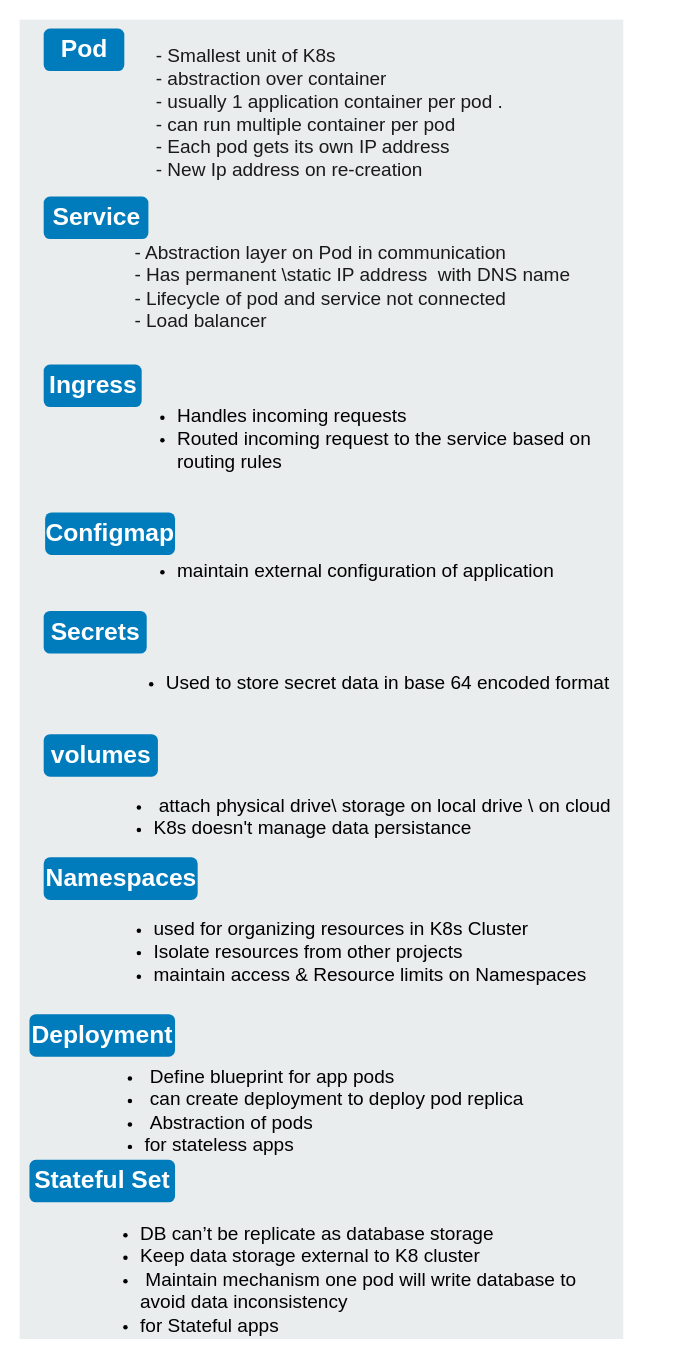
Earlier version of the draw.io diagram page "K8s Components" (3 of 7) of Untitled Diagram.drawio (KollaRajesh/AzureTechDayDemo-ContainerOrchestrators-K8s-AKS). Source tidied: cells renumbered, new cells numbered last; positions are measured from the earlier drawing's top-left corner, leaving out a move shared by most shapes. Both pictures are drawn from the tidied source at 112%, with x=0, y=0 at pixel (19, 19).
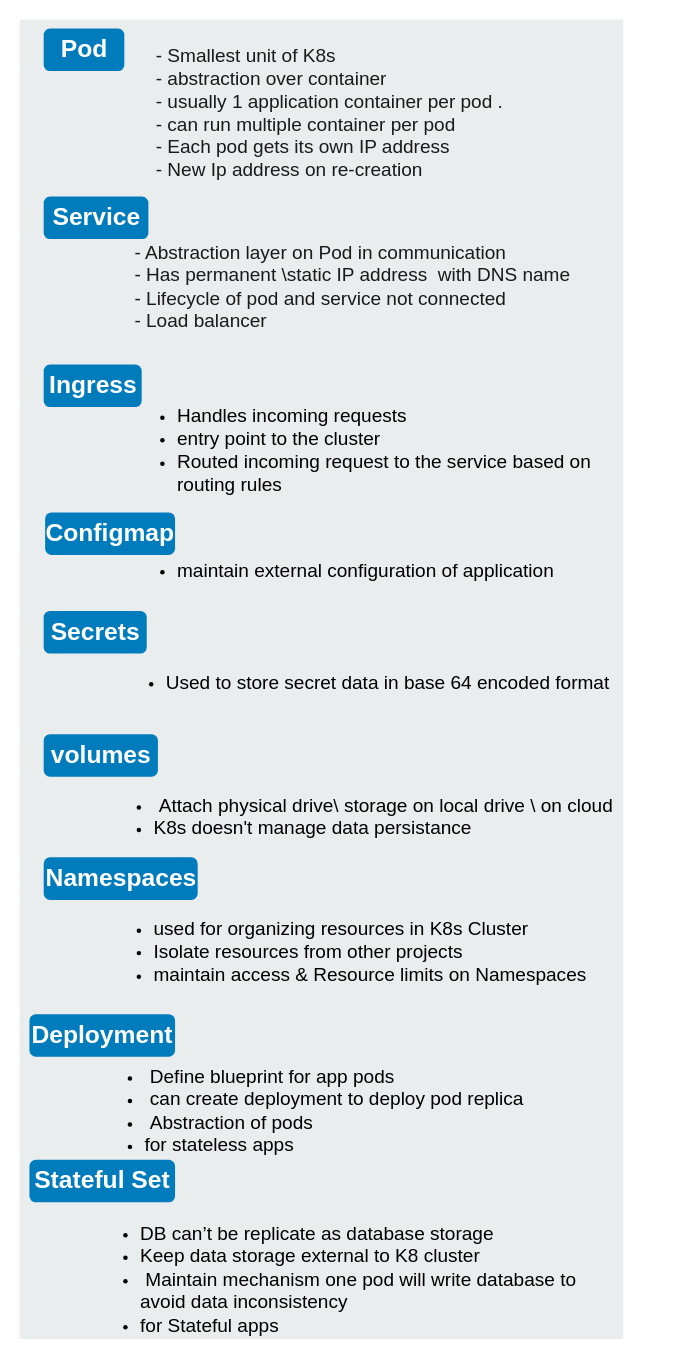
The same diagram, later.

The edit, as a diff of the source:
```diff
@@
-    <mxCell id="12" value="&lt;ul&gt;&lt;li&gt;&lt;span style=&quot;font-size: 17px&quot;&gt;Handles incoming requests&amp;nbsp;&lt;/span&gt;&lt;/li&gt;&lt;li&gt;&lt;span style=&quot;font-size: 17px&quot;&gt;Routed incoming request to the service based on routing rules&lt;/span&gt;&lt;/li&gt;&lt;/ul&gt;" style="text;html=1;align=left;verticalAlign=top;spacingTop=-4;fontSize=14;labelBackgroundColor=none;whiteSpace=wrap;" parent="1" vertex="1">
-      <mxGeometry x="99" y="328" width="450" height="90" as="geometry" />
+    <mxCell id="12" value="&lt;ul&gt;&lt;li&gt;&lt;span style=&quot;font-size: 17px&quot;&gt;Handles incoming requests&amp;nbsp;&lt;/span&gt;&lt;/li&gt;&lt;li&gt;&lt;span style=&quot;font-size: 17px&quot;&gt;entry point to the cluster&lt;/span&gt;&lt;/li&gt;&lt;li&gt;&lt;span style=&quot;font-size: 17px&quot;&gt;Routed incoming request to the service based on routing rules&lt;/span&gt;&lt;/li&gt;&lt;/ul&gt;" style="text;html=1;align=left;verticalAlign=top;spacingTop=-4;fontSize=14;labelBackgroundColor=none;whiteSpace=wrap;" parent="1" vertex="1">
+      <mxGeometry x="99" y="328" width="440" height="100" as="geometry" />
     </mxCell>
@@
-    <mxCell id="15" value="&lt;ul&gt;&lt;li&gt;&lt;span style=&quot;font-size: 17px&quot;&gt;&amp;nbsp;attach physical drive\ storage on local drive \ on cloud&lt;/span&gt;&lt;/li&gt;&lt;li&gt;&lt;span style=&quot;font-size: 17px&quot;&gt;K8s doesn't manage data persistance&lt;/span&gt;&lt;/li&gt;&lt;/ul&gt;" style="text;html=1;align=left;verticalAlign=top;spacingTop=-4;fontSize=14;labelBackgroundColor=none;whiteSpace=wrap;" parent="1" vertex="1">
+    <mxCell id="15" value="&lt;ul&gt;&lt;li&gt;&lt;span style=&quot;font-size: 17px&quot;&gt;&amp;nbsp;Attach physical drive\ storage on local drive \ on cloud&lt;/span&gt;&lt;/li&gt;&lt;li&gt;&lt;span style=&quot;font-size: 17px&quot;&gt;K8s doesn't manage data persistance&lt;/span&gt;&lt;/li&gt;&lt;/ul&gt;" style="text;html=1;align=left;verticalAlign=top;spacingTop=-4;fontSize=14;labelBackgroundColor=none;whiteSpace=wrap;" parent="1" vertex="1">
       <mxGeometry x="77.5" y="676" width="460" height="79" as="geometry" />
     </mxCell>
```
